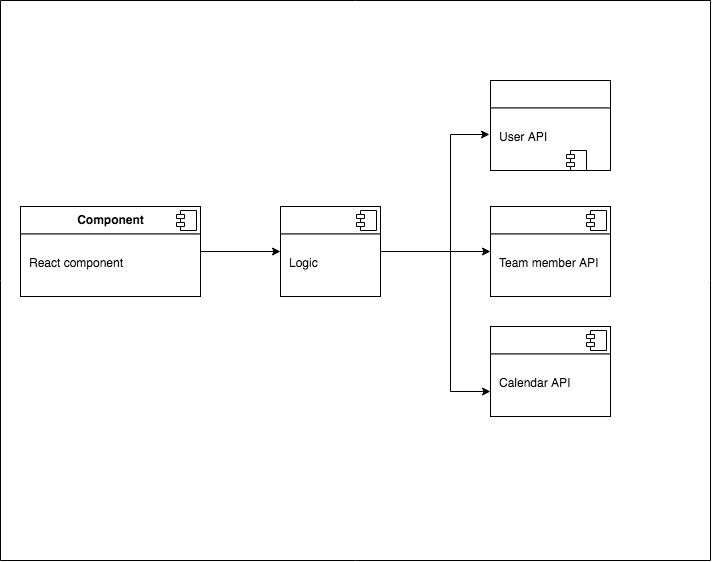
b00tc4mp/skylab-bootcamp-201909 keeps this draw.io diagram as staff/aitor-parra/pyrene-ski/pyrene-ski-doc/images/ps-components-diagram.png. Above is the earlier version. Source tidied: cells renumbered, new cells last; positions are measured from the earlier drawing's top-left corner, leaving out a move shared by most shapes. Source of this version:
```xml
<mxGraphModel>
  <root>
    <mxCell id="0" />
    <mxCell id="1" parent="0" />
    <mxCell id="2" style="endArrow=none;html=1;" parent="1" edge="1">
      <mxGeometry relative="1" as="geometry">
        <mxPoint y="560" as="sourcePoint" />
        <mxPoint x="710" y="560" as="targetPoint" />
      </mxGeometry>
    </mxCell>
    <mxCell id="3" style="endArrow=none;html=1;" parent="1" edge="1">
      <mxGeometry relative="1" as="geometry">
        <mxPoint as="sourcePoint" />
        <mxPoint x="710" as="targetPoint" />
      </mxGeometry>
    </mxCell>
    <mxCell id="4" style="endArrow=none;html=1;" parent="1" edge="1">
      <mxGeometry relative="1" as="geometry">
        <mxPoint x="710" as="sourcePoint" />
        <mxPoint x="710" y="560" as="targetPoint" />
      </mxGeometry>
    </mxCell>
    <mxCell id="5" style="endArrow=none;html=1;" parent="1" edge="1">
      <mxGeometry relative="1" as="geometry">
        <mxPoint as="sourcePoint" />
        <mxPoint y="560" as="targetPoint" />
      </mxGeometry>
    </mxCell>
    <mxCell id="6" style="edgeStyle=orthogonalEdgeStyle;rounded=0;jettySize=auto;html=1;" parent="1" edge="1" source="7" target="12">
      <mxGeometry relative="1" as="geometry" />
    </mxCell>
    <mxCell id="7" value="&lt;p style=&quot;margin: 0px ; margin-top: 6px ; text-align: center&quot;&gt;&lt;b&gt;Component&lt;/b&gt;&lt;/p&gt;&lt;hr&gt;&lt;p style=&quot;margin: 0px ; margin-left: 8px&quot;&gt;&lt;br&gt;&lt;/p&gt;&lt;p style=&quot;margin: 0px ; margin-left: 8px&quot;&gt;React component&lt;br&gt;&lt;/p&gt;" style="align=left;overflow=fill;html=1;rounded=0;comic=0;strokeWidth=1;fillColor=none;" parent="1" vertex="1">
      <mxGeometry x="20" y="206" width="180" height="90" as="geometry" />
    </mxCell>
    <mxCell id="8" style="shape=component;jettyWidth=8;jettyHeight=4;" parent="7" vertex="1">
      <mxGeometry x="1" width="20" height="20" relative="1" as="geometry">
        <mxPoint x="-24" y="4" as="offset" />
      </mxGeometry>
    </mxCell>
    <mxCell id="9" style="edgeStyle=orthogonalEdgeStyle;rounded=0;jettySize=auto;html=1;entryX=-0.008;entryY=0.6;entryDx=0;entryDy=0;entryPerimeter=0;" parent="1" edge="1" source="12" target="14">
      <mxGeometry relative="1" as="geometry">
        <Array as="points">
          <mxPoint x="450" y="251" />
          <mxPoint x="450" y="134" />
        </Array>
      </mxGeometry>
    </mxCell>
    <mxCell id="10" style="edgeStyle=orthogonalEdgeStyle;rounded=0;orthogonalLoop=1;jettySize=auto;html=1;" parent="1" edge="1">
      <mxGeometry relative="1" as="geometry">
        <mxPoint x="450" y="226" as="sourcePoint" />
        <mxPoint x="490" y="391" as="targetPoint" />
        <Array as="points">
          <mxPoint x="450" y="391" />
        </Array>
      </mxGeometry>
    </mxCell>
    <mxCell id="11" style="edgeStyle=orthogonalEdgeStyle;rounded=0;jettySize=auto;html=1;entryX=0;entryY=0.5;entryDx=0;entryDy=0;" parent="1" edge="1" target="16">
      <mxGeometry relative="1" as="geometry">
        <mxPoint x="450" y="256" as="sourcePoint" />
        <Array as="points">
          <mxPoint x="450" y="251" />
        </Array>
      </mxGeometry>
    </mxCell>
    <mxCell id="12" value="&lt;p style=&quot;margin: 0px ; margin-top: 6px ; text-align: center&quot;&gt;&lt;br&gt;&lt;/p&gt;&lt;hr&gt;&lt;p style=&quot;margin: 0px ; margin-left: 8px&quot;&gt;&lt;br&gt;&lt;/p&gt;&lt;p style=&quot;margin: 0px ; margin-left: 8px&quot;&gt;Logic&lt;br&gt;&lt;/p&gt;" style="align=left;overflow=fill;html=1;rounded=0;comic=0;strokeWidth=1;fillColor=none;" parent="1" vertex="1">
      <mxGeometry x="280" y="206" width="100" height="90" as="geometry" />
    </mxCell>
    <mxCell id="13" style="shape=component;jettyWidth=8;jettyHeight=4;" parent="12" vertex="1">
      <mxGeometry x="1" width="20" height="20" relative="1" as="geometry">
        <mxPoint x="-24" y="4" as="offset" />
      </mxGeometry>
    </mxCell>
    <mxCell id="14" value="&lt;p style=&quot;margin: 0px ; margin-top: 6px ; text-align: center&quot;&gt;&lt;br&gt;&lt;/p&gt;&lt;hr&gt;&lt;p style=&quot;margin: 0px ; margin-left: 8px&quot;&gt;&lt;br&gt;&lt;/p&gt;&lt;p style=&quot;margin: 0px ; margin-left: 8px&quot;&gt;User API&lt;br&gt;&lt;/p&gt;" style="align=left;overflow=fill;html=1;rounded=0;comic=0;strokeWidth=1;fillColor=none;" parent="1" vertex="1">
      <mxGeometry x="490" y="80" width="120" height="90" as="geometry" />
    </mxCell>
    <mxCell id="15" style="shape=component;jettyWidth=8;jettyHeight=4;" parent="14" vertex="1">
      <mxGeometry x="1" width="20" height="20" relative="1" as="geometry">
        <mxPoint x="-44" y="70" as="offset" />
      </mxGeometry>
    </mxCell>
    <mxCell id="16" value="&lt;p style=&quot;margin: 0px ; margin-top: 6px ; text-align: center&quot;&gt;&lt;br&gt;&lt;/p&gt;&lt;hr&gt;&lt;p style=&quot;margin: 0px ; margin-left: 8px&quot;&gt;&lt;br&gt;&lt;/p&gt;&lt;p style=&quot;margin: 0px ; margin-left: 8px&quot;&gt;Team member API&lt;br&gt;&lt;/p&gt;" style="align=left;overflow=fill;html=1;rounded=0;comic=0;strokeWidth=1;fillColor=none;" parent="1" vertex="1">
      <mxGeometry x="490" y="206" width="120" height="90" as="geometry" />
    </mxCell>
    <mxCell id="17" style="shape=component;jettyWidth=8;jettyHeight=4;" parent="16" vertex="1">
      <mxGeometry x="1" width="20" height="20" relative="1" as="geometry">
        <mxPoint x="-24" y="4" as="offset" />
      </mxGeometry>
    </mxCell>
    <mxCell id="18" value="&lt;p style=&quot;margin: 0px ; margin-top: 6px ; text-align: center&quot;&gt;&lt;br&gt;&lt;/p&gt;&lt;hr&gt;&lt;p style=&quot;margin: 0px ; margin-left: 8px&quot;&gt;&lt;br&gt;&lt;/p&gt;&lt;p style=&quot;margin: 0px ; margin-left: 8px&quot;&gt;Calendar API&lt;br&gt;&lt;/p&gt;" style="align=left;overflow=fill;html=1;rounded=0;comic=0;strokeWidth=1;fillColor=none;" parent="1" vertex="1">
      <mxGeometry x="490" y="326" width="120" height="90" as="geometry" />
    </mxCell>
    <mxCell id="19" style="shape=component;jettyWidth=8;jettyHeight=4;" parent="18" vertex="1">
      <mxGeometry x="1" width="20" height="20" relative="1" as="geometry">
        <mxPoint x="-24" y="4" as="offset" />
      </mxGeometry>
    </mxCell>
  </root>
</mxGraphModel>
```
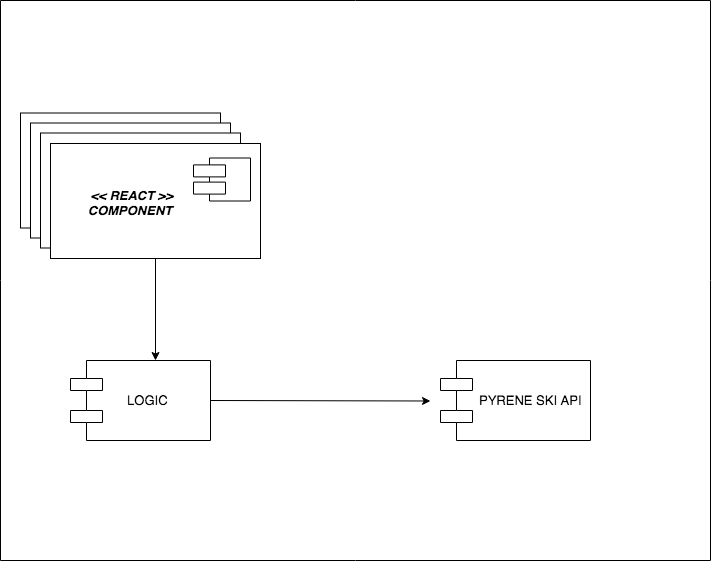
The same diagram one commit later.

What changed in the source:
```diff
@@ -26,73 +26,40 @@
         <mxPoint y="560" as="targetPoint" />
       </mxGeometry>
     </mxCell>
-    <mxCell id="6" style="edgeStyle=orthogonalEdgeStyle;rounded=0;jettySize=auto;html=1;" parent="1" edge="1" source="7" target="12">
-      <mxGeometry relative="1" as="geometry" />
-    </mxCell>
-    <mxCell id="7" value="&lt;p style=&quot;margin: 0px ; margin-top: 6px ; text-align: center&quot;&gt;&lt;b&gt;Component&lt;/b&gt;&lt;/p&gt;&lt;hr&gt;&lt;p style=&quot;margin: 0px ; margin-left: 8px&quot;&gt;&lt;br&gt;&lt;/p&gt;&lt;p style=&quot;margin: 0px ; margin-left: 8px&quot;&gt;React component&lt;br&gt;&lt;/p&gt;" style="align=left;overflow=fill;html=1;rounded=0;comic=0;strokeWidth=1;fillColor=none;" parent="1" vertex="1">
-      <mxGeometry x="20" y="206" width="180" height="90" as="geometry" />
-    </mxCell>
-    <mxCell id="8" style="shape=component;jettyWidth=8;jettyHeight=4;" parent="7" vertex="1">
-      <mxGeometry x="1" width="20" height="20" relative="1" as="geometry">
-        <mxPoint x="-24" y="4" as="offset" />
-      </mxGeometry>
-    </mxCell>
-    <mxCell id="9" style="edgeStyle=orthogonalEdgeStyle;rounded=0;jettySize=auto;html=1;entryX=-0.008;entryY=0.6;entryDx=0;entryDy=0;entryPerimeter=0;" parent="1" edge="1" source="12" target="14">
-      <mxGeometry relative="1" as="geometry">
-        <Array as="points">
-          <mxPoint x="450" y="251" />
-          <mxPoint x="450" y="134" />
-        </Array>
-      </mxGeometry>
-    </mxCell>
-    <mxCell id="10" style="edgeStyle=orthogonalEdgeStyle;rounded=0;orthogonalLoop=1;jettySize=auto;html=1;" parent="1" edge="1">
-      <mxGeometry relative="1" as="geometry">
-        <mxPoint x="450" y="226" as="sourcePoint" />
-        <mxPoint x="490" y="391" as="targetPoint" />
-        <Array as="points">
-          <mxPoint x="450" y="391" />
-        </Array>
-      </mxGeometry>
-    </mxCell>
-    <mxCell id="11" style="edgeStyle=orthogonalEdgeStyle;rounded=0;jettySize=auto;html=1;entryX=0;entryY=0.5;entryDx=0;entryDy=0;" parent="1" edge="1" target="16">
-      <mxGeometry relative="1" as="geometry">
-        <mxPoint x="450" y="256" as="sourcePoint" />
-        <Array as="points">
-          <mxPoint x="450" y="251" />
-        </Array>
-      </mxGeometry>
-    </mxCell>
-    <mxCell id="12" value="&lt;p style=&quot;margin: 0px ; margin-top: 6px ; text-align: center&quot;&gt;&lt;br&gt;&lt;/p&gt;&lt;hr&gt;&lt;p style=&quot;margin: 0px ; margin-left: 8px&quot;&gt;&lt;br&gt;&lt;/p&gt;&lt;p style=&quot;margin: 0px ; margin-left: 8px&quot;&gt;Logic&lt;br&gt;&lt;/p&gt;" style="align=left;overflow=fill;html=1;rounded=0;comic=0;strokeWidth=1;fillColor=none;" parent="1" vertex="1">
-      <mxGeometry x="280" y="206" width="100" height="90" as="geometry" />
-    </mxCell>
-    <mxCell id="13" style="shape=component;jettyWidth=8;jettyHeight=4;" parent="12" vertex="1">
-      <mxGeometry x="1" width="20" height="20" relative="1" as="geometry">
-        <mxPoint x="-24" y="4" as="offset" />
-      </mxGeometry>
-    </mxCell>
-    <mxCell id="14" value="&lt;p style=&quot;margin: 0px ; margin-top: 6px ; text-align: center&quot;&gt;&lt;br&gt;&lt;/p&gt;&lt;hr&gt;&lt;p style=&quot;margin: 0px ; margin-left: 8px&quot;&gt;&lt;br&gt;&lt;/p&gt;&lt;p style=&quot;margin: 0px ; margin-left: 8px&quot;&gt;User API&lt;br&gt;&lt;/p&gt;" style="align=left;overflow=fill;html=1;rounded=0;comic=0;strokeWidth=1;fillColor=none;" parent="1" vertex="1">
-      <mxGeometry x="490" y="80" width="120" height="90" as="geometry" />
-    </mxCell>
-    <mxCell id="15" style="shape=component;jettyWidth=8;jettyHeight=4;" parent="14" vertex="1">
-      <mxGeometry x="1" width="20" height="20" relative="1" as="geometry">
-        <mxPoint x="-44" y="70" as="offset" />
-      </mxGeometry>
-    </mxCell>
-    <mxCell id="16" value="&lt;p style=&quot;margin: 0px ; margin-top: 6px ; text-align: center&quot;&gt;&lt;br&gt;&lt;/p&gt;&lt;hr&gt;&lt;p style=&quot;margin: 0px ; margin-left: 8px&quot;&gt;&lt;br&gt;&lt;/p&gt;&lt;p style=&quot;margin: 0px ; margin-left: 8px&quot;&gt;Team member API&lt;br&gt;&lt;/p&gt;" style="align=left;overflow=fill;html=1;rounded=0;comic=0;strokeWidth=1;fillColor=none;" parent="1" vertex="1">
-      <mxGeometry x="490" y="206" width="120" height="90" as="geometry" />
-    </mxCell>
-    <mxCell id="17" style="shape=component;jettyWidth=8;jettyHeight=4;" parent="16" vertex="1">
-      <mxGeometry x="1" width="20" height="20" relative="1" as="geometry">
-        <mxPoint x="-24" y="4" as="offset" />
-      </mxGeometry>
-    </mxCell>
-    <mxCell id="18" value="&lt;p style=&quot;margin: 0px ; margin-top: 6px ; text-align: center&quot;&gt;&lt;br&gt;&lt;/p&gt;&lt;hr&gt;&lt;p style=&quot;margin: 0px ; margin-left: 8px&quot;&gt;&lt;br&gt;&lt;/p&gt;&lt;p style=&quot;margin: 0px ; margin-left: 8px&quot;&gt;Calendar API&lt;br&gt;&lt;/p&gt;" style="align=left;overflow=fill;html=1;rounded=0;comic=0;strokeWidth=1;fillColor=none;" parent="1" vertex="1">
-      <mxGeometry x="490" y="326" width="120" height="90" as="geometry" />
-    </mxCell>
-    <mxCell id="19" style="shape=component;jettyWidth=8;jettyHeight=4;" parent="18" vertex="1">
-      <mxGeometry x="1" width="20" height="20" relative="1" as="geometry">
-        <mxPoint x="-24" y="4" as="offset" />
-      </mxGeometry>
-    </mxCell>
+    <mxCell id="20" style="rounded=0;whiteSpace=wrap;html=1;" parent="1" vertex="1">
+      <mxGeometry x="20" y="112.5" width="200" height="115" as="geometry" />
+    </mxCell>
+    <mxCell id="21" style="rounded=0;whiteSpace=wrap;html=1;" parent="1" vertex="1">
+      <mxGeometry x="30" y="122.5" width="200" height="115" as="geometry" />
+    </mxCell>
+    <mxCell id="22" style="rounded=0;whiteSpace=wrap;html=1;" parent="1" vertex="1">
+      <mxGeometry x="40" y="132.5" width="200" height="115" as="geometry" />
+    </mxCell>
+    <mxCell id="23" style="rounded=0;whiteSpace=wrap;html=1;" parent="1" vertex="1">
+      <mxGeometry x="50" y="143" width="210" height="115" as="geometry" />
+    </mxCell>
+    <mxCell id="24" style="shape=component;align=left;spacingLeft=36;" parent="1" vertex="1">
+      <mxGeometry x="193" y="157.5" width="57" height="43" as="geometry" />
+    </mxCell>
+    <mxCell id="25" value="&lt;font style=&quot;font-size: 13px&quot;&gt;&lt;i&gt;&lt;b&gt;&amp;nbsp;&amp;lt;&amp;lt; REACT &amp;gt;&amp;gt;&lt;/b&gt;&lt;/i&gt;&lt;i&gt;&lt;b&gt; COMPONENT&lt;/b&gt;&lt;/i&gt;&lt;/font&gt;" style="text;html=1;strokeColor=none;fillColor=none;align=center;verticalAlign=middle;whiteSpace=wrap;rounded=0;" parent="1" vertex="1">
+      <mxGeometry x="70" y="181" width="120" height="42" as="geometry" />
+    </mxCell>
+    <mxCell id="26" value="     LOGIC" style="shape=component;align=left;spacingLeft=36;fontSize=13;" parent="1" vertex="1">
+      <mxGeometry x="70" y="360" width="140" height="80" as="geometry" />
+    </mxCell>
+    <mxCell id="27" value="PYRENE SKI API" style="shape=component;align=left;spacingLeft=36;fontSize=13;" parent="1" vertex="1">
+      <mxGeometry x="440" y="360" width="150" height="80" as="geometry" />
+    </mxCell>
+    <mxCell id="28" style="endArrow=classic;html=1;exitX=0.5;exitY=1;exitDx=0;exitDy=0;" parent="1" edge="1" source="23">
+      <mxGeometry relative="1" as="geometry">
+        <mxPoint x="155" y="360" as="targetPoint" />
+      </mxGeometry>
+    </mxCell>
+    <mxCell id="29" style="endArrow=classic;html=1;exitX=1;exitY=0.5;exitDx=0;exitDy=0;" parent="1" edge="1">
+      <mxGeometry relative="1" as="geometry">
+        <mxPoint x="210" y="400" as="sourcePoint" />
+        <mxPoint x="430" y="400.5" as="targetPoint" />
+      </mxGeometry>
+    </mxCell>
   </root>
 </mxGraphModel>
```
